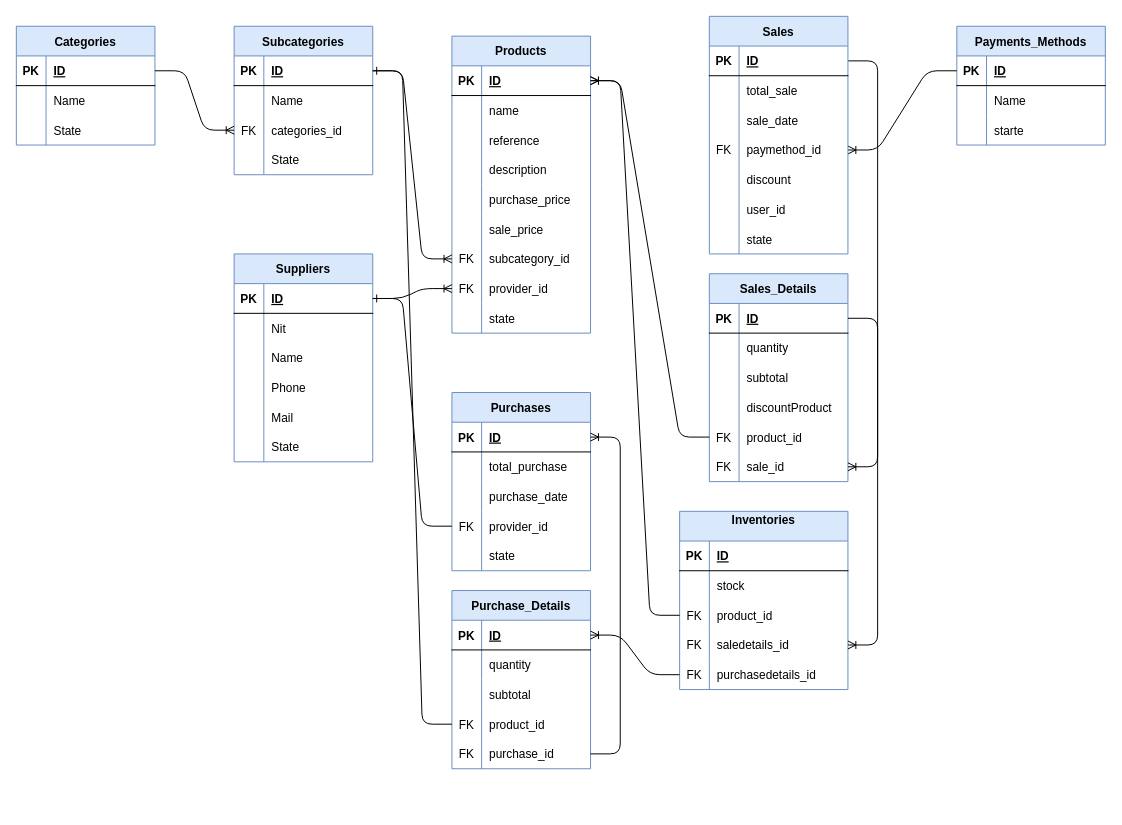
This is Class Diagrams/ClassDiagram.drawio from MiguelPardo22/InventoryCCEP, a draw.io file, before an edit. Source tidied: cells renumbered, new cells numbered last; positions are measured from the earlier drawing's top-left corner, leaving out a move shared by most shapes. Both pictures are drawn from the tidied source at 99%, with x=0, y=0 at pixel (16, 16).
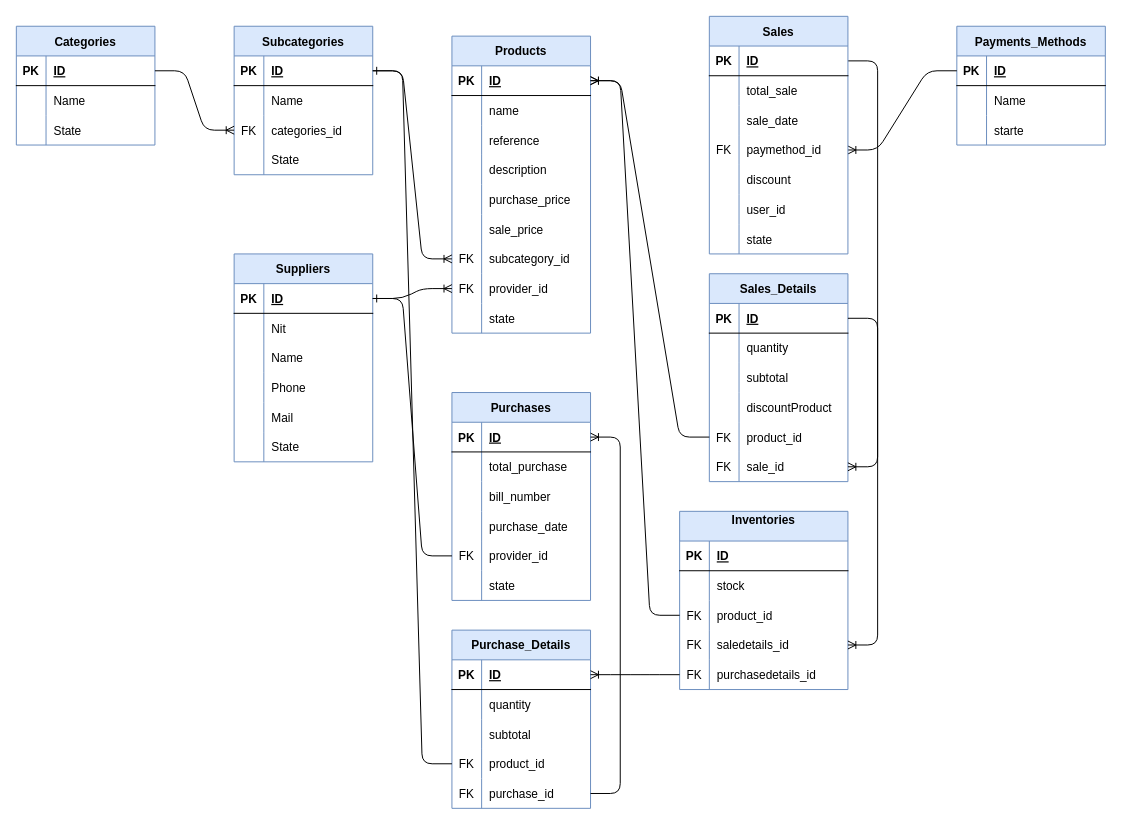
After the change.

Diff of the diagram source:
```diff
@@
     <mxCell id="96" value="Purchases" style="shape=table;startSize=30;childLayout=tableLayout;rowLines=0;fontStyle=1;align=center;fillColor=#dae8fc;strokeColor=#6c8ebf;shadow=0;fontColor=#000000;" parent="1" vertex="1">
-      <mxGeometry x="440" y="380" width="140" height="180" as="geometry" />
+      <mxGeometry x="440" y="380" width="140" height="210" as="geometry" />
     </mxCell>
@@
+    <mxCell id="183" style="shape=tableRow;horizontal=0;startSize=0;swimlaneHead=0;swimlaneBody=0;fillColor=none;top=0;left=0;right=0;bottom=0;" parent="96" vertex="1">
+      <mxGeometry y="90" width="140" height="30" as="geometry" />
+    </mxCell>
+    <mxCell id="184" style="shape=partialRectangle;fillColor=none;top=0;left=0;bottom=0;right=0;overflow=hidden;" parent="183" vertex="1">
+      <mxGeometry width="30" height="30" as="geometry" />
+    </mxCell>
+    <mxCell id="185" value="bill_number" style="shape=partialRectangle;fillColor=none;top=0;left=0;bottom=0;right=0;align=left;spacingLeft=6;overflow=hidden;" parent="183" vertex="1">
+      <mxGeometry x="30" width="110" height="30" as="geometry" />
+    </mxCell>
     <mxCell id="103" style="shape=tableRow;horizontal=0;startSize=0;swimlaneHead=0;swimlaneBody=0;fillColor=none;top=0;left=0;right=0;bottom=0;" parent="96" vertex="1">
-      <mxGeometry y="90" width="140" height="30" as="geometry" />
+      <mxGeometry y="120" width="140" height="30" as="geometry" />
     </mxCell>
@@
     <mxCell id="106" style="shape=tableRow;horizontal=0;startSize=0;swimlaneHead=0;swimlaneBody=0;fillColor=none;points=[[0,0.5],[1,0.5]];portConstraint=eastwest;top=0;left=0;right=0;bottom=0;" parent="96" vertex="1">
-      <mxGeometry y="120" width="140" height="30" as="geometry" />
+      <mxGeometry y="150" width="140" height="30" as="geometry" />
     </mxCell>
@@
     <mxCell id="109" style="shape=tableRow;horizontal=0;startSize=0;swimlaneHead=0;swimlaneBody=0;fillColor=none;top=0;left=0;right=0;bottom=0;" parent="96" vertex="1">
-      <mxGeometry y="150" width="140" height="30" as="geometry" />
+      <mxGeometry y="180" width="140" height="30" as="geometry" />
     </mxCell>
@@
     <mxCell id="113" value="Purchase_Details" style="shape=table;startSize=30;childLayout=tableLayout;rowLines=0;fontStyle=1;align=center;fillColor=#dae8fc;strokeColor=#6c8ebf;shadow=0;fontColor=#000000;" parent="1" vertex="1">
-      <mxGeometry x="440" y="580" width="140" height="180" as="geometry" />
+      <mxGeometry x="440" y="620" width="140" height="180" as="geometry" />
     </mxCell>
```
